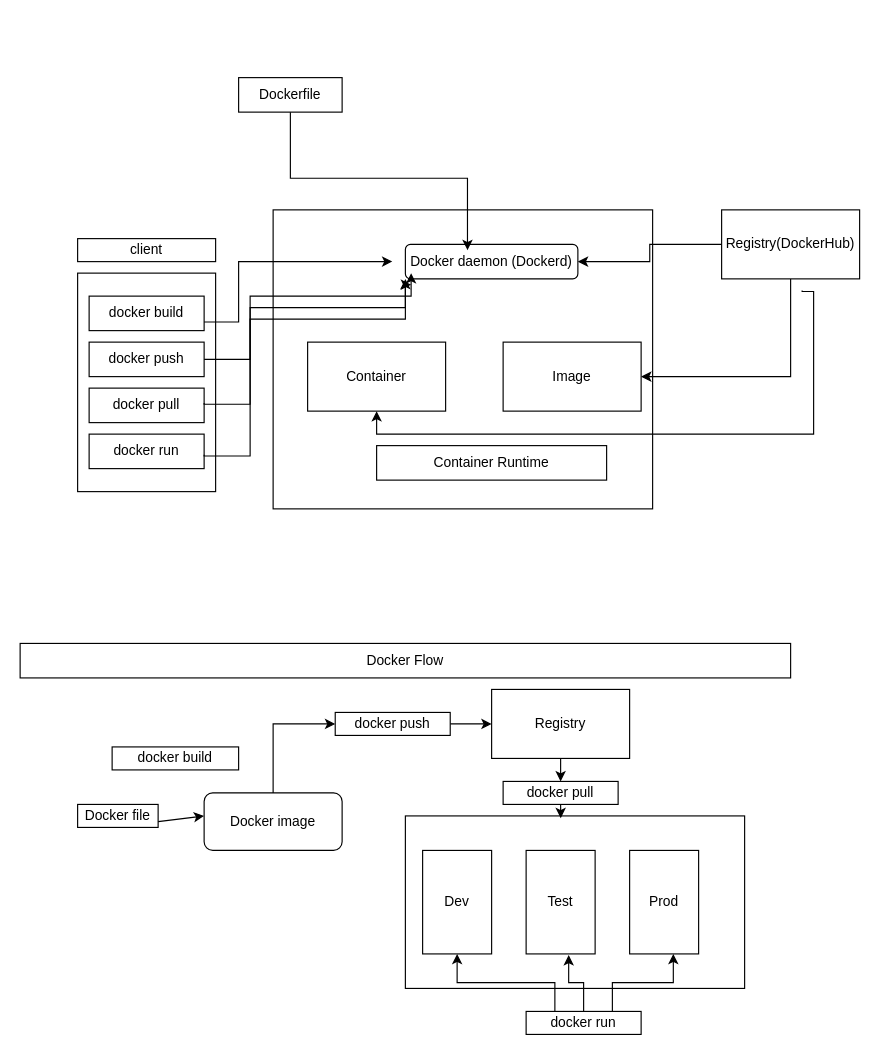
This is Untitled Diagram.drawio from pk98723/K8s, a draw.io file, before an edit. Source tidied: cells renumbered, new cells numbered last; positions are measured from the earlier drawing's top-left corner, leaving out a move shared by most shapes. Both pictures are drawn from the tidied source at 115%, with x=0, y=0 at pixel (20, 77).
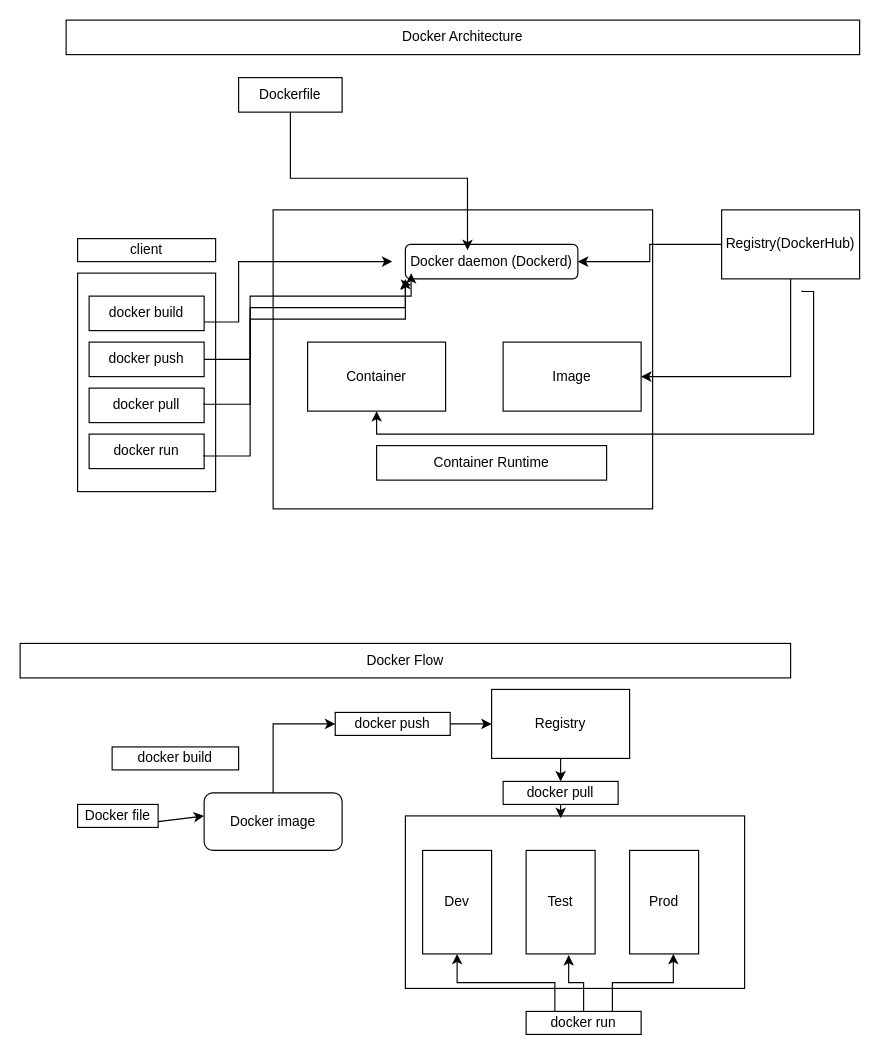
After the change.

Diff of the diagram source:
```diff
@@
+    <mxCell id="43" value="Docker Architecture" style="rounded=0;whiteSpace=wrap;html=1;" parent="1" vertex="1">
+      <mxGeometry x="40" y="-50" width="690" height="30" as="geometry" />
+    </mxCell>
```
